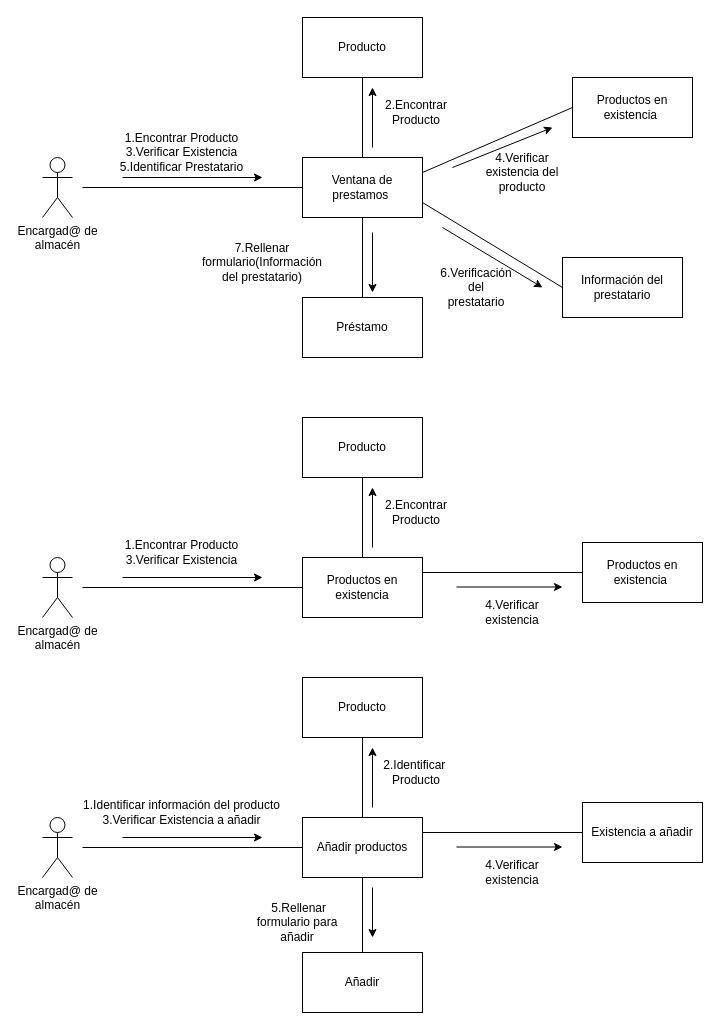
This is page "Page-1" (1 of 3) of diagramas de colaboracion.drawio from JoseFr11/Proyecto_Almacen_TECNM, a draw.io file, before an edit. Source tidied: cells renumbered, new cells numbered last; positions are measured from the earlier drawing's top-left corner, leaving out a move shared by most shapes. Both pictures are drawn from the tidied source at 100%, with x=0, y=0 at pixel (42, 17).
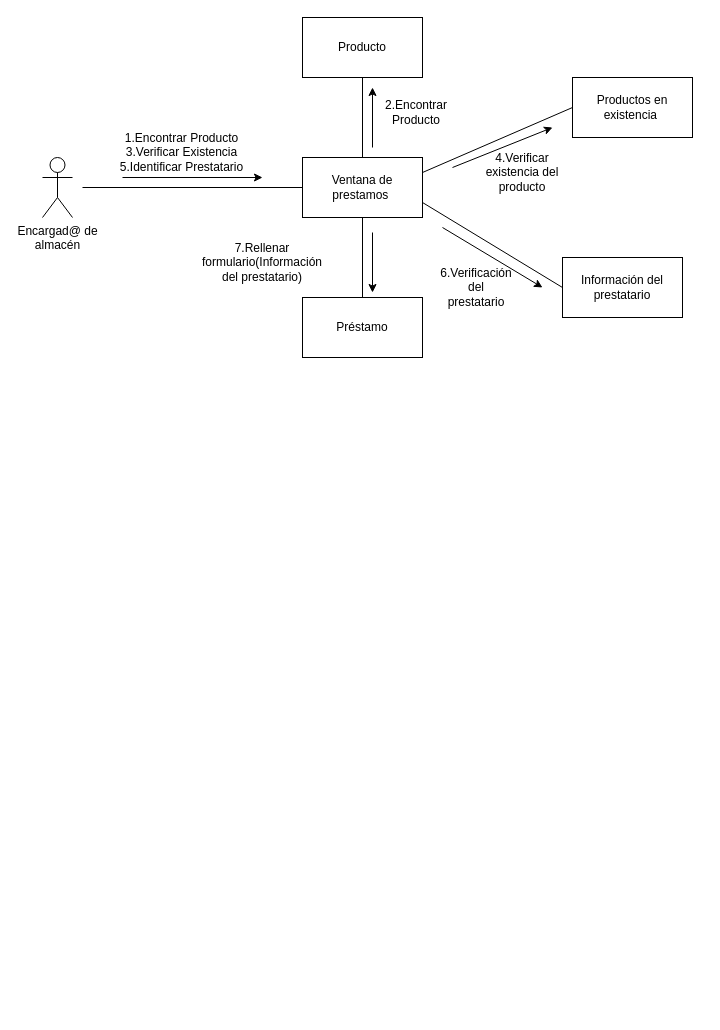
Above is the later version.

Change to the diagram source:
```diff
@@
-    <mxCell id="23" value="Encargad@ de &lt;br&gt;almacén&lt;br&gt;" style="shape=umlActor;verticalLabelPosition=bottom;verticalAlign=top;html=1;" parent="1" vertex="1">
-      <mxGeometry y="540" width="30" height="60" as="geometry" />
-    </mxCell>
-    <mxCell id="24" value="Productos en existencia" style="rounded=0;whiteSpace=wrap;html=1;" parent="1" vertex="1">
-      <mxGeometry x="260" y="540" width="120" height="60" as="geometry" />
-    </mxCell>
-    <mxCell id="25" value="Producto" style="rounded=0;whiteSpace=wrap;html=1;" parent="1" vertex="1">
-      <mxGeometry x="260" y="400" width="120" height="60" as="geometry" />
-    </mxCell>
-    <mxCell id="26" style="endArrow=none;html=1;rounded=0;entryX=0.5;entryY=1;entryDx=0;entryDy=0;exitX=0.5;exitY=0;exitDx=0;exitDy=0;" parent="1" edge="1" source="24" target="25">
-      <mxGeometry relative="1" as="geometry" />
-    </mxCell>
-    <mxCell id="27" value="Productos en existencia&amp;nbsp;" style="rounded=0;whiteSpace=wrap;html=1;" parent="1" vertex="1">
-      <mxGeometry x="540" y="525" width="120" height="60" as="geometry" />
-    </mxCell>
-    <mxCell id="28" style="endArrow=none;html=1;rounded=0;exitX=1;exitY=0.25;exitDx=0;exitDy=0;entryX=0;entryY=0.5;entryDx=0;entryDy=0;" parent="1" edge="1" source="24" target="27">
-      <mxGeometry relative="1" as="geometry" />
-    </mxCell>
-    <mxCell id="29" value="1.Encontrar Producto&lt;br&gt;3.Verificar Existencia&lt;br&gt;" style="text;html=1;strokeColor=none;fillColor=none;align=center;verticalAlign=middle;whiteSpace=wrap;rounded=0;" parent="1" vertex="1">
-      <mxGeometry x="40" y="520" width="199" height="30" as="geometry" />
-    </mxCell>
-    <mxCell id="30" style="endArrow=none;html=1;rounded=0;entryX=0;entryY=0.5;entryDx=0;entryDy=0;" parent="1" edge="1" target="24">
-      <mxGeometry relative="1" as="geometry">
-        <mxPoint x="40" y="570" as="sourcePoint" />
-      </mxGeometry>
-    </mxCell>
-    <mxCell id="31" style="endArrow=classic;html=1;rounded=0;" parent="1" edge="1">
-      <mxGeometry relative="1" as="geometry">
-        <mxPoint x="80" y="560" as="sourcePoint" />
-        <mxPoint x="220" y="560" as="targetPoint" />
-      </mxGeometry>
-    </mxCell>
-    <mxCell id="32" value="2.Encontrar Producto" style="text;html=1;strokeColor=none;fillColor=none;align=center;verticalAlign=middle;whiteSpace=wrap;rounded=0;" parent="1" vertex="1">
-      <mxGeometry x="344" y="480" width="60" height="30" as="geometry" />
-    </mxCell>
-    <mxCell id="33" style="endArrow=classic;html=1;rounded=0;" parent="1" edge="1">
-      <mxGeometry relative="1" as="geometry">
-        <mxPoint x="330" y="530" as="sourcePoint" />
-        <mxPoint x="330" y="470" as="targetPoint" />
-      </mxGeometry>
-    </mxCell>
-    <mxCell id="34" value="4.Verificar existencia" style="text;html=1;strokeColor=none;fillColor=none;align=center;verticalAlign=middle;whiteSpace=wrap;rounded=0;" parent="1" vertex="1">
-      <mxGeometry x="440" y="580" width="60" height="30" as="geometry" />
-    </mxCell>
-    <mxCell id="35" style="endArrow=classic;html=1;rounded=0;" parent="1" edge="1">
-      <mxGeometry relative="1" as="geometry">
-        <mxPoint x="414" y="569.5" as="sourcePoint" />
-        <mxPoint x="520" y="569.5" as="targetPoint" />
-      </mxGeometry>
-    </mxCell>
-    <mxCell id="36" value="Encargad@ de &lt;br&gt;almacén&lt;br&gt;" style="shape=umlActor;verticalLabelPosition=bottom;verticalAlign=top;html=1;" parent="1" vertex="1">
-      <mxGeometry y="800" width="30" height="60" as="geometry" />
-    </mxCell>
-    <mxCell id="37" value="Añadir productos" style="rounded=0;whiteSpace=wrap;html=1;" parent="1" vertex="1">
-      <mxGeometry x="260" y="800" width="120" height="60" as="geometry" />
-    </mxCell>
-    <mxCell id="38" value="Producto" style="rounded=0;whiteSpace=wrap;html=1;" parent="1" vertex="1">
-      <mxGeometry x="260" y="660" width="120" height="60" as="geometry" />
-    </mxCell>
-    <mxCell id="39" style="endArrow=none;html=1;rounded=0;entryX=0.5;entryY=1;entryDx=0;entryDy=0;exitX=0.5;exitY=0;exitDx=0;exitDy=0;" parent="1" edge="1" source="37" target="38">
-      <mxGeometry relative="1" as="geometry" />
-    </mxCell>
-    <mxCell id="40" value="Existencia a añadir" style="rounded=0;whiteSpace=wrap;html=1;" parent="1" vertex="1">
-      <mxGeometry x="540" y="785" width="120" height="60" as="geometry" />
-    </mxCell>
-    <mxCell id="41" style="endArrow=none;html=1;rounded=0;exitX=1;exitY=0.25;exitDx=0;exitDy=0;entryX=0;entryY=0.5;entryDx=0;entryDy=0;" parent="1" edge="1" source="37" target="40">
-      <mxGeometry relative="1" as="geometry" />
-    </mxCell>
-    <mxCell id="42" value="1.Identificar información del producto&lt;br&gt;3.Verificar Existencia a añadir&lt;br&gt;" style="text;html=1;strokeColor=none;fillColor=none;align=center;verticalAlign=middle;whiteSpace=wrap;rounded=0;" parent="1" vertex="1">
-      <mxGeometry x="40" y="780" width="199" height="30" as="geometry" />
-    </mxCell>
-    <mxCell id="43" style="endArrow=none;html=1;rounded=0;entryX=0;entryY=0.5;entryDx=0;entryDy=0;" parent="1" edge="1" target="37">
-      <mxGeometry relative="1" as="geometry">
-        <mxPoint x="40" y="830" as="sourcePoint" />
-      </mxGeometry>
-    </mxCell>
-    <mxCell id="44" style="endArrow=classic;html=1;rounded=0;" parent="1" edge="1">
-      <mxGeometry relative="1" as="geometry">
-        <mxPoint x="80" y="820" as="sourcePoint" />
-        <mxPoint x="220" y="820" as="targetPoint" />
-      </mxGeometry>
-    </mxCell>
-    <mxCell id="45" value="2.Identificar&amp;nbsp; Producto" style="text;html=1;strokeColor=none;fillColor=none;align=center;verticalAlign=middle;whiteSpace=wrap;rounded=0;" parent="1" vertex="1">
-      <mxGeometry x="344" y="740" width="60" height="30" as="geometry" />
-    </mxCell>
-    <mxCell id="46" style="endArrow=classic;html=1;rounded=0;" parent="1" edge="1">
-      <mxGeometry relative="1" as="geometry">
-        <mxPoint x="330" y="790" as="sourcePoint" />
-        <mxPoint x="330" y="730" as="targetPoint" />
-      </mxGeometry>
-    </mxCell>
-    <mxCell id="47" value="4.Verificar existencia" style="text;html=1;strokeColor=none;fillColor=none;align=center;verticalAlign=middle;whiteSpace=wrap;rounded=0;" parent="1" vertex="1">
-      <mxGeometry x="440" y="840" width="60" height="30" as="geometry" />
-    </mxCell>
-    <mxCell id="48" style="endArrow=classic;html=1;rounded=0;" parent="1" edge="1">
-      <mxGeometry relative="1" as="geometry">
-        <mxPoint x="414" y="829.5" as="sourcePoint" />
-        <mxPoint x="520" y="829.5" as="targetPoint" />
-      </mxGeometry>
-    </mxCell>
-    <mxCell id="49" value="Añadir" style="rounded=0;whiteSpace=wrap;html=1;" parent="1" vertex="1">
-      <mxGeometry x="260" y="935" width="120" height="60" as="geometry" />
-    </mxCell>
-    <mxCell id="50" style="endArrow=none;html=1;rounded=0;" parent="1" edge="1" source="37" target="49">
-      <mxGeometry relative="1" as="geometry" />
-    </mxCell>
-    <mxCell id="51" value="&amp;nbsp;5.Rellenar formulario para añadir" style="text;html=1;strokeColor=none;fillColor=none;align=center;verticalAlign=middle;whiteSpace=wrap;rounded=0;" parent="1" vertex="1">
-      <mxGeometry x="200" y="890" width="110" height="30" as="geometry" />
-    </mxCell>
-    <mxCell id="52" style="endArrow=classic;html=1;rounded=0;" parent="1" edge="1">
-      <mxGeometry relative="1" as="geometry">
-        <mxPoint x="330" y="870" as="sourcePoint" />
-        <mxPoint x="330" y="920" as="targetPoint" />
-      </mxGeometry>
-    </mxCell>
```
